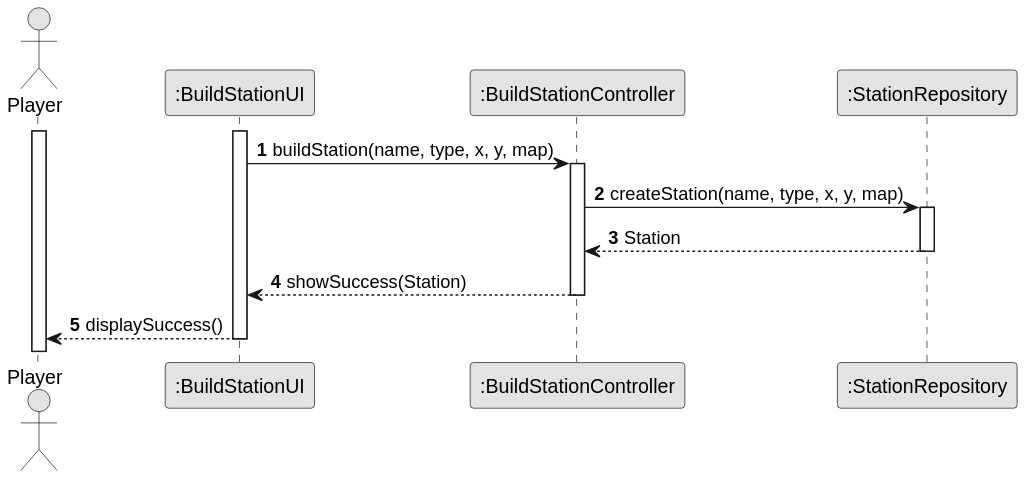
Above: docs/system-documentation/US005/03.design/svg/US005-SD-createAndSuccess.svg in goncalolopesp/sem2-pi-24.25-g093-repo (PlantUML), before the change.
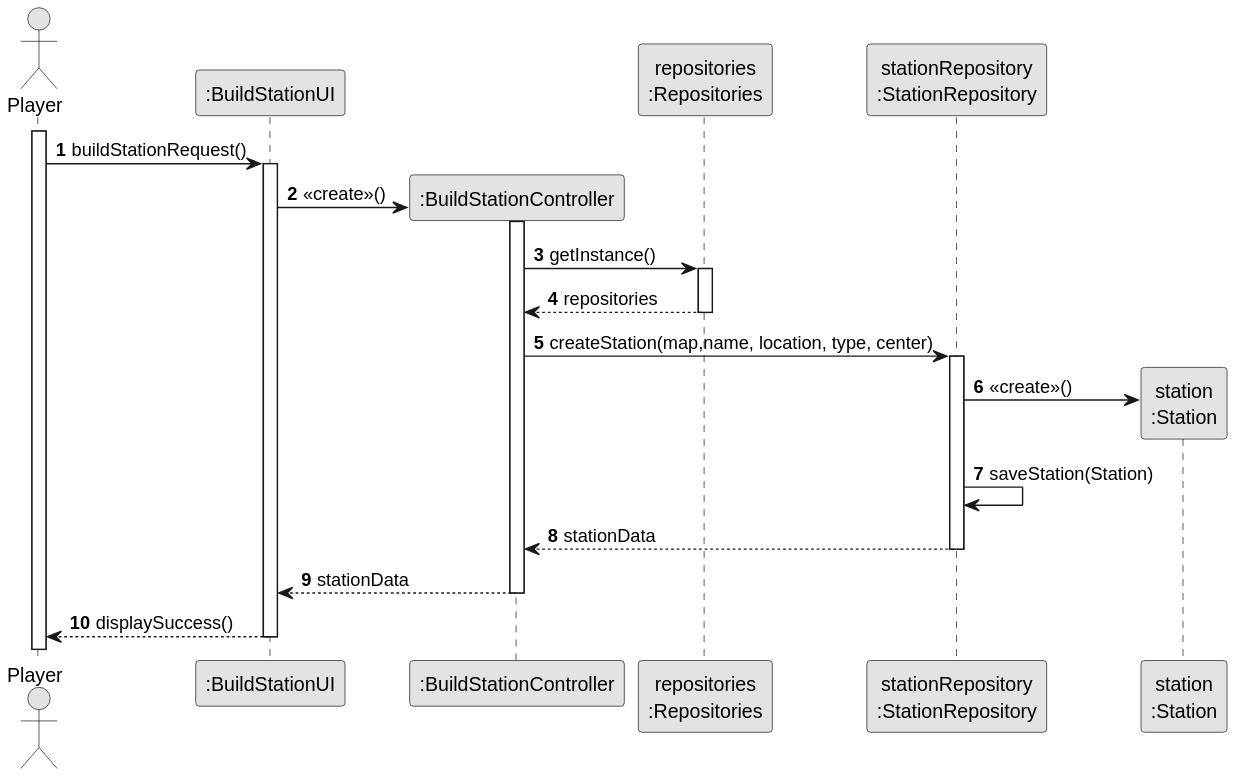
Above is the later version.

Change to the diagram source:
```diff
@@ -2,26 +2,37 @@
 skinparam monochrome true
 skinparam packageStyle rectangle
 skinparam shadowing false
+
 autonumber
 
 actor "Player" as Player
 participant ":BuildStationUI" as BuildUI
-participant ":BuildStationController" as BuildController
-participant ":StationRepository" as StationRepo
+
 activate Player
+Player -> BuildUI : buildStationRequest()
 activate BuildUI
+create ":BuildStationController" as BuildController
+BuildUI -> BuildController : «create»()
+activate BuildController
+participant "repositories\n:Repositories" as Repositories
+participant "stationRepository\n:StationRepository" as StationRepo
 
-BuildUI -> BuildController: buildStation(name, type, x, y, map)
-activate BuildController
+BuildController -> Repositories : getInstance()
+activate Repositories
+Repositories --> BuildController : repositories
+deactivate Repositories
+BuildController -> StationRepo : createStation(map,name, location, type, center)
+activate StationRepo
 
-BuildController -> StationRepo: createStation(name, type, x, y, map)
-activate StationRepo
-StationRepo --> BuildController: Station
+create "station\n:Station" as Station
+StationRepo -> Station         : «create»()
+StationRepo -> StationRepo     : saveStation(Station)
+StationRepo --> BuildController : stationData
 deactivate StationRepo
 
-BuildController --> BuildUI: showSuccess(Station)
+BuildController --> BuildUI : stationData
 deactivate BuildController
 
-BuildUI --> Player: displaySuccess()
+BuildUI --> Player : displaySuccess()
 deactivate BuildUI
 @enduml
```
